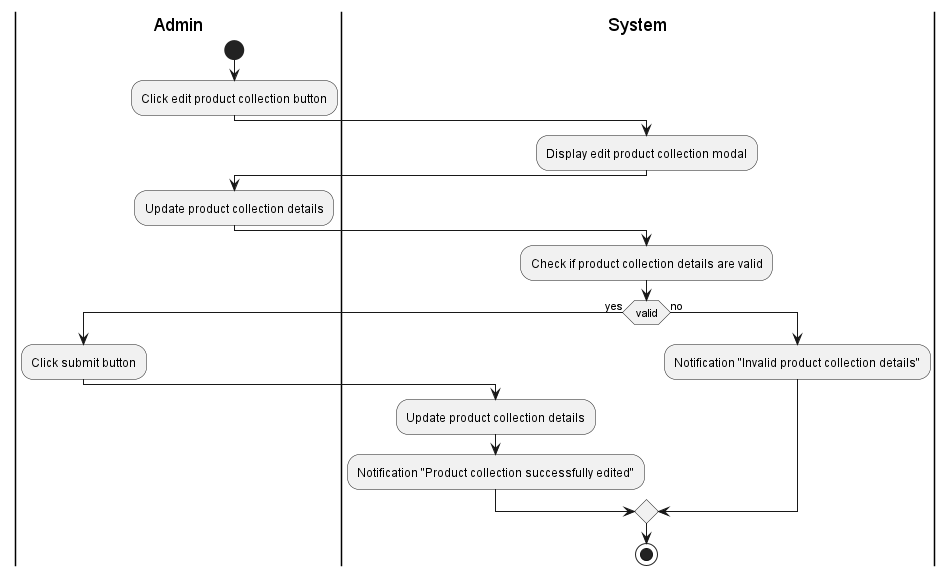
Before: Lab1/Lab1.2/Activity/img/Edit product collection.png, a diagram exported from PlantUML (tuankietcoderr/SE357-Practice-class). Source of this version:
```plantuml
@startuml Edit product collection
|Admin|
start
:Click edit product collection button;
|System|
:Display edit product collection modal;
|Admin|
:Update product collection details;
|System|
:Check if product collection details are valid;
if (valid) then (yes)
|Admin|
:Click submit button;
|System|
:Update product collection details;
:Notification "Product collection successfully edited";
else (no)
|System|
:Notification "Invalid product collection details";
endif
stop
@enduml
```
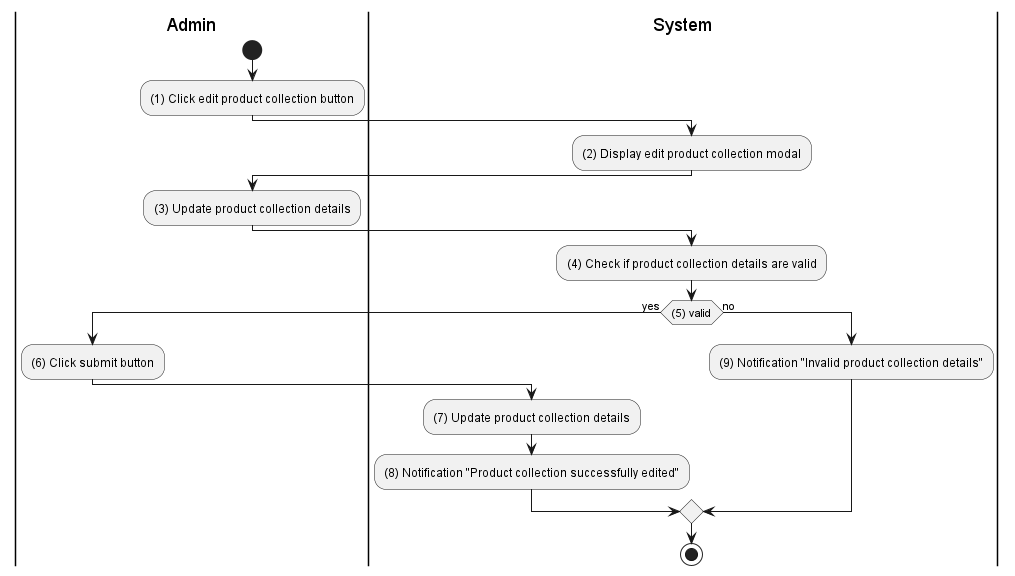
The same diagram one commit later.

The edit, as a diff of the source:
```diff
@@ -1,22 +1,22 @@
 @startuml Edit product collection
 |Admin|
 start
-:Click edit product collection button;
+:(1) Click edit product collection button;
 |System|
-:Display edit product collection modal;
+:(2) Display edit product collection modal;
 |Admin|
-:Update product collection details;
+:(3) Update product collection details;
 |System|
-:Check if product collection details are valid;
-if (valid) then (yes)
+:(4) Check if product collection details are valid;
+if ((5) valid) then (yes)
 |Admin|
-:Click submit button;
+:(6) Click submit button;
 |System|
-:Update product collection details;
-:Notification "Product collection successfully edited";
+:(7) Update product collection details;
+:(8) Notification "Product collection successfully edited";
 else (no)
 |System|
-:Notification "Invalid product collection details";
+:(9) Notification "Invalid product collection details";
 endif
 stop
 @enduml
```
